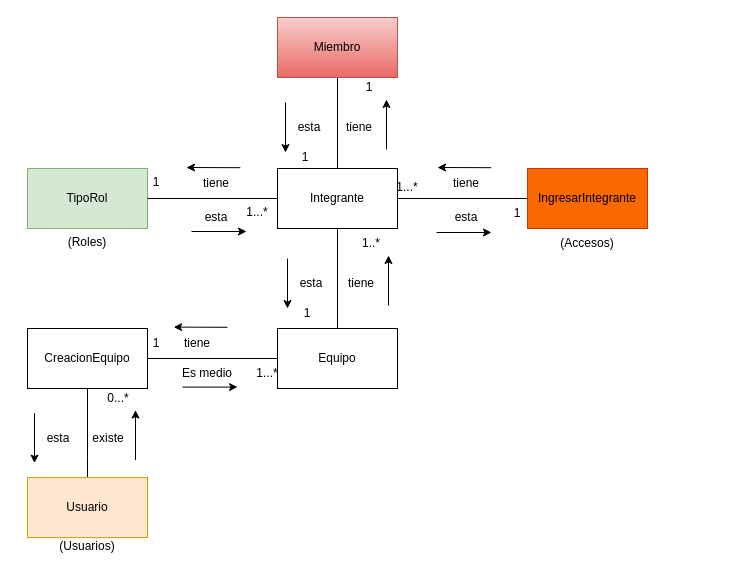
This is page "AnemicModelTeams" (7 of 14) of CoTasker_BoundedContext.drawio from Migue1409-KP/DOO-working-group, a draw.io file, before an edit. Source tidied: cells renumbered, new cells numbered last; positions are measured from the earlier drawing's top-left corner, leaving out a move shared by most shapes. Both pictures are drawn from the tidied source at 100%, with x=0, y=0 at pixel (27, 17).
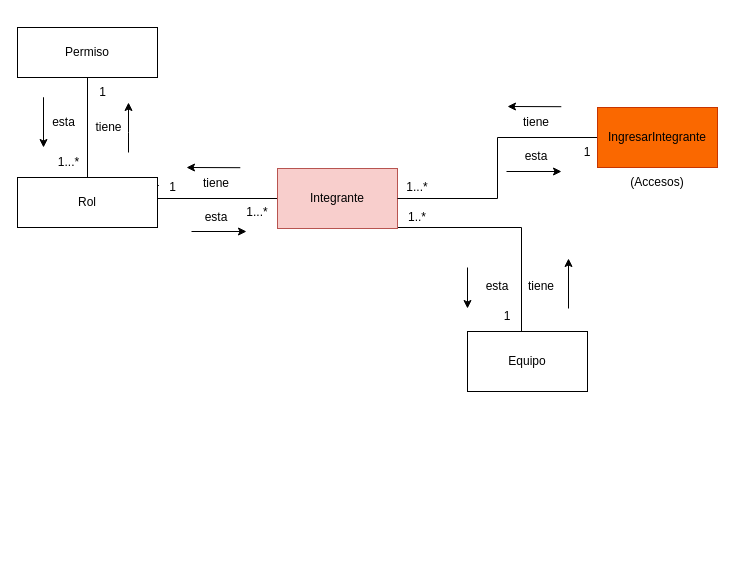
Above is the later version.

Diff of the diagram source:
```diff
@@
-    <mxCell id="2" style="edgeStyle=orthogonalEdgeStyle;rounded=0;jettySize=auto;html=1;exitX=0.5;exitY=0;exitDx=0;exitDy=0;endArrow=none;endFill=0;entryX=0.5;entryY=1;entryDx=0;entryDy=0;" parent="1" edge="1" source="4" target="7">
-      <mxGeometry relative="1" as="geometry" />
+    <mxCell id="2" style="edgeStyle=orthogonalEdgeStyle;rounded=0;jettySize=auto;html=1;exitX=0.5;exitY=0;exitDx=0;exitDy=0;endArrow=none;endFill=0;entryX=0.5;entryY=1;entryDx=0;entryDy=0;" parent="1" edge="1" source="4">
+      <mxGeometry relative="1" as="geometry">
+        <mxPoint x="314" y="210" as="targetPoint" />
+        <Array as="points">
+          <mxPoint x="500" y="330" />
+          <mxPoint x="494" y="330" />
+          <mxPoint x="494" y="210" />
+        </Array>
+      </mxGeometry>
     </mxCell>
-    <mxCell id="3" style="edgeStyle=orthogonalEdgeStyle;rounded=0;jettySize=auto;html=1;exitX=0;exitY=0.5;exitDx=0;exitDy=0;entryX=1;entryY=0.5;entryDx=0;entryDy=0;endArrow=none;endFill=0;" parent="1" edge="1" source="4" target="38">
-      <mxGeometry relative="1" as="geometry" />
-    </mxCell>
     <mxCell id="4" value="Equipo" style="rounded=0;whiteSpace=wrap;html=1;" parent="1" vertex="1">
-      <mxGeometry x="250" y="311" width="120" height="60" as="geometry" />
+      <mxGeometry x="440" y="314" width="120" height="60" as="geometry" />
     </mxCell>
-    <mxCell id="5" value="TipoRol" style="rounded=0;whiteSpace=wrap;html=1;fillColor=#d5e8d4;strokeColor=#82b366;" parent="1" vertex="1">
-      <mxGeometry y="151" width="120" height="60" as="geometry" />
-    </mxCell>
-    <mxCell id="6" style="edgeStyle=orthogonalEdgeStyle;rounded=0;jettySize=auto;html=1;exitX=0;exitY=0.5;exitDx=0;exitDy=0;entryX=1;entryY=0.5;entryDx=0;entryDy=0;endArrow=none;endFill=0;" parent="1" edge="1" source="7" target="5">
-      <mxGeometry relative="1" as="geometry" />
+    <mxCell id="6" style="edgeStyle=orthogonalEdgeStyle;rounded=0;jettySize=auto;html=1;exitX=0;exitY=0.5;exitDx=0;exitDy=0;entryX=1;entryY=0.5;entryDx=0;entryDy=0;endArrow=none;endFill=0;" parent="1" edge="1" source="7">
+      <mxGeometry relative="1" as="geometry">
+        <mxPoint x="120" y="181" as="targetPoint" />
+      </mxGeometry>
     </mxCell>
-    <mxCell id="7" value="Integrante" style="rounded=0;whiteSpace=wrap;html=1;" parent="1" vertex="1">
+    <mxCell id="7" value="Integrante" style="rounded=0;whiteSpace=wrap;html=1;fillColor=#f8cecc;strokeColor=#b85450;" parent="1" vertex="1">
       <mxGeometry x="250" y="151" width="120" height="60" as="geometry" />
     </mxCell>
     <mxCell id="8" value="1" style="text;html=1;strokeColor=none;fillColor=none;align=center;verticalAlign=middle;whiteSpace=wrap;rounded=0;" parent="1" vertex="1">
-      <mxGeometry x="250" y="281" width="60" height="30" as="geometry" />
+      <mxGeometry x="450" y="284" width="60" height="30" as="geometry" />
     </mxCell>
     <mxCell id="9" value="1..*" style="text;html=1;strokeColor=none;fillColor=none;align=center;verticalAlign=middle;whiteSpace=wrap;rounded=0;" parent="1" vertex="1">
-      <mxGeometry x="314" y="211" width="60" height="30" as="geometry" />
+      <mxGeometry x="360" y="185" width="60" height="30" as="geometry" />
     </mxCell>
     <mxCell id="10" style="endArrow=classic;html=1;rounded=0;" parent="1" edge="1">
       <mxGeometry relative="1" as="geometry">
-        <mxPoint x="361" y="288" as="sourcePoint" />
-        <mxPoint x="361" y="238" as="targetPoint" />
+        <mxPoint x="541" y="291" as="sourcePoint" />
+        <mxPoint x="541" y="241" as="targetPoint" />
       </mxGeometry>
     </mxCell>
@@
     <mxCell id="12" style="endArrow=classic;html=1;rounded=0;" parent="1" edge="1">
       <mxGeometry relative="1" as="geometry">
-        <mxPoint x="260" y="241" as="sourcePoint" />
-        <mxPoint x="260" y="291" as="targetPoint" />
+        <mxPoint x="440" y="250" as="sourcePoint" />
+        <mxPoint x="440" y="291" as="targetPoint" />
       </mxGeometry>
     </mxCell>
@@
     <mxCell id="18" value="tiene" style="text;html=1;strokeColor=none;fillColor=none;align=center;verticalAlign=middle;whiteSpace=wrap;rounded=0;" parent="1" vertex="1">
-      <mxGeometry x="304" y="251" width="60" height="30" as="geometry" />
+      <mxGeometry x="484" y="254" width="60" height="30" as="geometry" />
     </mxCell>
     <mxCell id="19" value="esta" style="text;html=1;strokeColor=none;fillColor=none;align=center;verticalAlign=middle;whiteSpace=wrap;rounded=0;" parent="1" vertex="1">
-      <mxGeometry x="254" y="251" width="60" height="30" as="geometry" />
+      <mxGeometry x="440" y="254" width="60" height="30" as="geometry" />
     </mxCell>
@@
     <mxCell id="21" value="IngresarIntegrante" style="rounded=0;whiteSpace=wrap;html=1;fillColor=#fa6800;fontColor=#000000;strokeColor=#C73500;" parent="1" vertex="1">
-      <mxGeometry x="500" y="151" width="120" height="60" as="geometry" />
+      <mxGeometry x="570" y="90" width="120" height="60" as="geometry" />
     </mxCell>
     <mxCell id="22" style="endArrow=classic;html=1;rounded=0;entryX=0.885;entryY=0.989;entryDx=0;entryDy=0;entryPerimeter=0;" parent="1" edge="1">
       <mxGeometry relative="1" as="geometry">
-        <mxPoint x="463.8" y="150.2" as="sourcePoint" />
-        <mxPoint x="410" y="150" as="targetPoint" />
+        <mxPoint x="533.8" y="89.2" as="sourcePoint" />
+        <mxPoint x="480" y="89" as="targetPoint" />
       </mxGeometry>
     </mxCell>
     <mxCell id="23" value="tiene" style="text;html=1;strokeColor=none;fillColor=none;align=center;verticalAlign=middle;whiteSpace=wrap;rounded=0;" parent="1" vertex="1">
-      <mxGeometry x="409" y="151" width="60" height="30" as="geometry" />
+      <mxGeometry x="479" y="90" width="60" height="30" as="geometry" />
     </mxCell>
     <mxCell id="24" value="1" style="text;html=1;strokeColor=none;fillColor=none;align=center;verticalAlign=middle;whiteSpace=wrap;rounded=0;" parent="1" vertex="1">
-      <mxGeometry x="460" y="181" width="60" height="30" as="geometry" />
+      <mxGeometry x="530" y="120" width="60" height="30" as="geometry" />
     </mxCell>
     <mxCell id="25" value="esta" style="text;html=1;strokeColor=none;fillColor=none;align=center;verticalAlign=middle;whiteSpace=wrap;rounded=0;" parent="1" vertex="1">
-      <mxGeometry x="409" y="185" width="60" height="30" as="geometry" />
+      <mxGeometry x="479" y="124" width="60" height="30" as="geometry" />
     </mxCell>
     <mxCell id="26" style="endArrow=classic;html=1;rounded=0;" parent="1" edge="1">
       <mxGeometry relative="1" as="geometry">
-        <mxPoint x="409" y="215" as="sourcePoint" />
-        <mxPoint x="464" y="215" as="targetPoint" />
+        <mxPoint x="479" y="154" as="sourcePoint" />
+        <mxPoint x="534" y="154" as="targetPoint" />
       </mxGeometry>
     </mxCell>
     <mxCell id="27" value="1...*" style="text;html=1;strokeColor=none;fillColor=none;align=center;verticalAlign=middle;whiteSpace=wrap;rounded=0;" parent="1" vertex="1">
-      <mxGeometry x="350" y="155" width="60" height="30" as="geometry" />
+      <mxGeometry x="360" y="155" width="60" height="30" as="geometry" />
     </mxCell>
-    <mxCell id="28" value="(Roles)" style="text;html=1;strokeColor=none;fillColor=none;align=center;verticalAlign=middle;whiteSpace=wrap;rounded=0;" parent="1" vertex="1">
-      <mxGeometry x="30" y="210.4" width="60" height="30" as="geometry" />
-    </mxCell>
     <mxCell id="29" value="(Accesos)" style="text;html=1;strokeColor=none;fillColor=none;align=center;verticalAlign=middle;whiteSpace=wrap;rounded=0;" parent="1" vertex="1">
-      <mxGeometry x="530" y="211" width="60" height="30" as="geometry" />
+      <mxGeometry x="600" y="150" width="60" height="30" as="geometry" />
     </mxCell>
-    <mxCell id="30" style="edgeStyle=orthogonalEdgeStyle;rounded=0;jettySize=auto;html=1;exitX=0.5;exitY=1;exitDx=0;exitDy=0;entryX=0.5;entryY=0;entryDx=0;entryDy=0;endArrow=none;endFill=0;" parent="1" edge="1" source="31" target="7">
-      <mxGeometry relative="1" as="geometry" />
-    </mxCell>
-    <mxCell id="31" value="Miembro" style="rounded=0;whiteSpace=wrap;html=1;fillColor=#f8cecc;strokeColor=#b85450;gradientColor=#ea6b66;" parent="1" vertex="1">
-      <mxGeometry x="250" width="120" height="60" as="geometry" />
-    </mxCell>
-    <mxCell id="32" value="tiene" style="text;html=1;strokeColor=none;fillColor=none;align=center;verticalAlign=middle;whiteSpace=wrap;rounded=0;" parent="1" vertex="1">
-      <mxGeometry x="302" y="95" width="60" height="30" as="geometry" />
-    </mxCell>
-    <mxCell id="33" style="endArrow=classic;html=1;rounded=0;" parent="1" edge="1">
-      <mxGeometry relative="1" as="geometry">
-        <mxPoint x="359" y="132" as="sourcePoint" />
-        <mxPoint x="359" y="82" as="targetPoint" />
-      </mxGeometry>
-    </mxCell>
-    <mxCell id="34" value="1" style="text;html=1;strokeColor=none;fillColor=none;align=center;verticalAlign=middle;whiteSpace=wrap;rounded=0;" parent="1" vertex="1">
-      <mxGeometry x="312" y="55" width="60" height="30" as="geometry" />
-    </mxCell>
-    <mxCell id="35" value="esta" style="text;html=1;strokeColor=none;fillColor=none;align=center;verticalAlign=middle;whiteSpace=wrap;rounded=0;" parent="1" vertex="1">
-      <mxGeometry x="252" y="95" width="60" height="30" as="geometry" />
-    </mxCell>
-    <mxCell id="36" style="endArrow=classic;html=1;rounded=0;" parent="1" edge="1">
-      <mxGeometry relative="1" as="geometry">
-        <mxPoint x="258" y="85" as="sourcePoint" />
-        <mxPoint x="258" y="135" as="targetPoint" />
-      </mxGeometry>
-    </mxCell>
-    <mxCell id="37" value="1" style="text;html=1;strokeColor=none;fillColor=none;align=center;verticalAlign=middle;whiteSpace=wrap;rounded=0;" parent="1" vertex="1">
-      <mxGeometry x="248" y="125" width="60" height="30" as="geometry" />
-    </mxCell>
-    <mxCell id="38" value="CreacionEquipo" style="rounded=0;whiteSpace=wrap;html=1;" parent="1" vertex="1">
-      <mxGeometry y="311" width="120" height="60" as="geometry" />
-    </mxCell>
-    <mxCell id="39" style="endArrow=classic;html=1;rounded=0;" parent="1" edge="1">
-      <mxGeometry relative="1" as="geometry">
-        <mxPoint x="155" y="369.6" as="sourcePoint" />
-        <mxPoint x="210" y="369.6" as="targetPoint" />
-      </mxGeometry>
-    </mxCell>
-    <mxCell id="40" value="Es medio" style="text;html=1;strokeColor=none;fillColor=none;align=center;verticalAlign=middle;whiteSpace=wrap;rounded=0;" parent="1" vertex="1">
-      <mxGeometry x="150" y="341" width="60" height="30" as="geometry" />
-    </mxCell>
-    <mxCell id="41" value="tiene" style="text;html=1;strokeColor=none;fillColor=none;align=center;verticalAlign=middle;whiteSpace=wrap;rounded=0;" parent="1" vertex="1">
-      <mxGeometry x="140" y="310.6" width="60" height="30" as="geometry" />
-    </mxCell>
-    <mxCell id="42" value="1" style="text;html=1;strokeColor=none;fillColor=none;align=center;verticalAlign=middle;whiteSpace=wrap;rounded=0;" parent="1" vertex="1">
-      <mxGeometry x="99" y="311" width="60" height="30" as="geometry" />
-    </mxCell>
-    <mxCell id="43" style="endArrow=classic;html=1;rounded=0;entryX=0.885;entryY=0.989;entryDx=0;entryDy=0;entryPerimeter=0;" parent="1" edge="1">
-      <mxGeometry relative="1" as="geometry">
-        <mxPoint x="200" y="309.8" as="sourcePoint" />
-        <mxPoint x="146.2" y="309.6" as="targetPoint" />
-      </mxGeometry>
-    </mxCell>
+    <mxCell id="53" value="Rol" style="rounded=0;whiteSpace=wrap;html=1;" parent="1" vertex="1">
+      <mxGeometry x="-10" y="160" width="140" height="50" as="geometry" />
+    </mxCell>
+    <mxCell id="54" value="tiene&lt;br&gt;" style="text;html=1;align=center;verticalAlign=middle;strokeColor=none;fillColor=none;" parent="1" vertex="1">
+      <mxGeometry x="56" y="95" width="50" height="30" as="geometry" />
+    </mxCell>
+    <mxCell id="55" value="esta&lt;br&gt;" style="text;html=1;align=center;verticalAlign=middle;strokeColor=none;fillColor=none;" parent="1" vertex="1">
+      <mxGeometry x="11" y="90" width="50" height="30" as="geometry" />
+    </mxCell>
+    <mxCell id="56" style="endArrow=classic;html=1;rounded=0;" parent="1" edge="1">
+      <mxGeometry relative="1" as="geometry">
+        <mxPoint x="16" y="120" as="sourcePoint" />
+        <mxPoint x="16" y="130" as="targetPoint" />
+        <Array as="points">
+          <mxPoint x="16" y="80" />
+        </Array>
+      </mxGeometry>
+    </mxCell>
+    <mxCell id="57" style="endArrow=classic;html=1;rounded=0;" parent="1" edge="1">
+      <mxGeometry relative="1" as="geometry">
+        <mxPoint x="101" y="135" as="sourcePoint" />
+        <mxPoint x="101" y="85" as="targetPoint" />
+        <Array as="points">
+          <mxPoint x="101" y="115" />
+        </Array>
+      </mxGeometry>
+    </mxCell>
+    <mxCell id="58" value="1" style="text;html=1;align=center;verticalAlign=middle;strokeColor=none;fillColor=none;" parent="1" vertex="1">
+      <mxGeometry x="60" y="60" width="30" height="30" as="geometry" />
+    </mxCell>
+    <mxCell id="59" style="edgeStyle=orthogonalEdgeStyle;rounded=0;jettySize=auto;html=1;entryX=0.5;entryY=0;entryDx=0;entryDy=0;endArrow=none;endFill=0;" parent="1" edge="1" source="60" target="53">
+      <mxGeometry relative="1" as="geometry" />
+    </mxCell>
+    <mxCell id="60" value="Permiso&lt;br&gt;" style="rounded=0;whiteSpace=wrap;html=1;" parent="1" vertex="1">
+      <mxGeometry x="-10" y="10" width="140" height="50" as="geometry" />
+    </mxCell>
+    <mxCell id="61" value="1&lt;br&gt;" style="text;html=1;align=center;verticalAlign=middle;strokeColor=none;fillColor=none;" parent="1" vertex="1">
+      <mxGeometry x="130" y="155" width="30" height="30" as="geometry" />
+    </mxCell>
-    <mxCell id="44" value="1...*" style="text;html=1;strokeColor=none;fillColor=none;align=center;verticalAlign=middle;whiteSpace=wrap;rounded=0;" parent="1" vertex="1">
-      <mxGeometry x="210" y="341" width="60" height="30" as="geometry" />
+    <mxCell id="44" value="1...*&lt;br&gt;" style="text;html=1;align=center;verticalAlign=middle;strokeColor=none;fillColor=none;" parent="1" vertex="1">
+      <mxGeometry x="21" y="130" width="40" height="30" as="geometry" />
     </mxCell>
-    <mxCell id="45" style="edgeStyle=orthogonalEdgeStyle;rounded=0;jettySize=auto;html=1;exitX=0.5;exitY=1;exitDx=0;exitDy=0;endArrow=none;endFill=0;" parent="1" edge="1" target="46">
-      <mxGeometry relative="1" as="geometry">
-        <mxPoint x="60" y="371.1" as="sourcePoint" />
-        <Array as="points">
-          <mxPoint x="60" y="440.1" />
-          <mxPoint x="60" y="440.1" />
-        </Array>
-      </mxGeometry>
-    </mxCell>
-    <mxCell id="46" value="Usuario" style="rounded=0;whiteSpace=wrap;html=1;fillColor=#ffe6cc;strokeColor=#d79b00;" parent="1" vertex="1">
-      <mxGeometry y="460.1" width="120" height="60" as="geometry" />
-    </mxCell>
-    <mxCell id="47" value="0...*" style="text;html=1;strokeColor=none;fillColor=none;align=center;verticalAlign=middle;whiteSpace=wrap;rounded=0;" parent="1" vertex="1">
-      <mxGeometry x="61" y="365.6" width="60" height="30" as="geometry" />
-    </mxCell>
-    <mxCell id="48" style="endArrow=classic;html=1;rounded=0;" parent="1" edge="1">
-      <mxGeometry relative="1" as="geometry">
-        <mxPoint x="108" y="442.6" as="sourcePoint" />
-        <mxPoint x="108" y="392.6" as="targetPoint" />
-      </mxGeometry>
-    </mxCell>
-    <mxCell id="49" style="endArrow=classic;html=1;rounded=0;" parent="1" edge="1">
-      <mxGeometry relative="1" as="geometry">
-        <mxPoint x="7" y="395.6" as="sourcePoint" />
-        <mxPoint x="7" y="445.6" as="targetPoint" />
-      </mxGeometry>
-    </mxCell>
-    <mxCell id="50" value="existe" style="text;html=1;strokeColor=none;fillColor=none;align=center;verticalAlign=middle;whiteSpace=wrap;rounded=0;" parent="1" vertex="1">
-      <mxGeometry x="51" y="405.6" width="60" height="30" as="geometry" />
-    </mxCell>
-    <mxCell id="51" value="esta" style="text;html=1;strokeColor=none;fillColor=none;align=center;verticalAlign=middle;whiteSpace=wrap;rounded=0;" parent="1" vertex="1">
-      <mxGeometry x="1" y="405.6" width="60" height="30" as="geometry" />
-    </mxCell>
-    <mxCell id="52" value="(Usuarios)" style="text;html=1;strokeColor=none;fillColor=none;align=center;verticalAlign=middle;whiteSpace=wrap;rounded=0;" parent="1" vertex="1">
-      <mxGeometry x="30" y="514.1" width="60" height="30" as="geometry" />
-    </mxCell>
```
